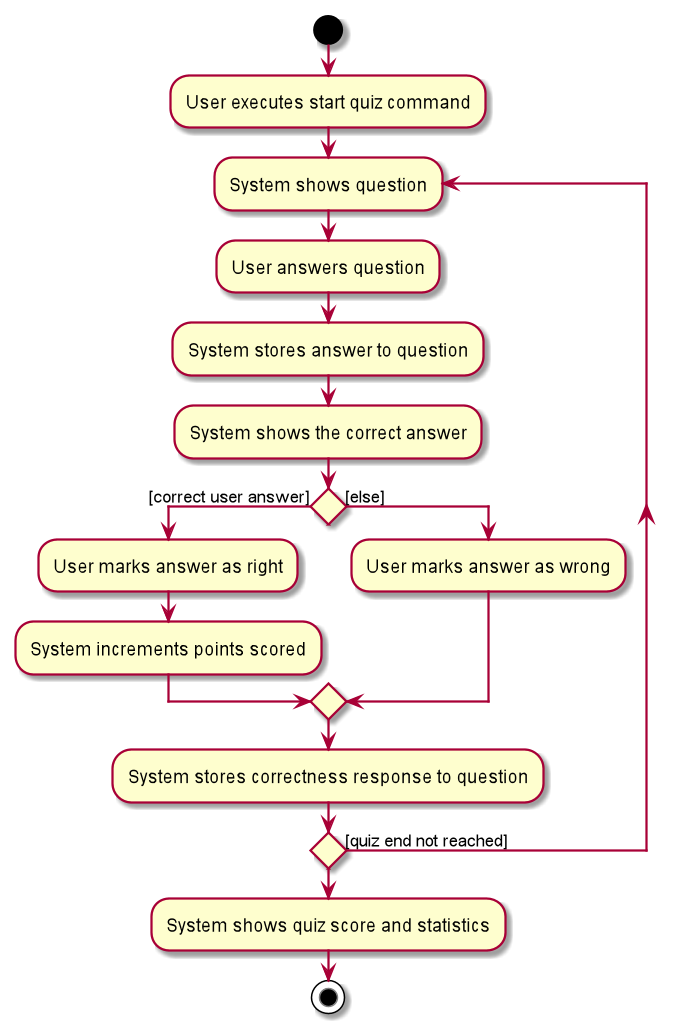
Above: docs/images/QuizStorageActivityDiagram.png in petrickjerico/tp (PlantUML), before the change.
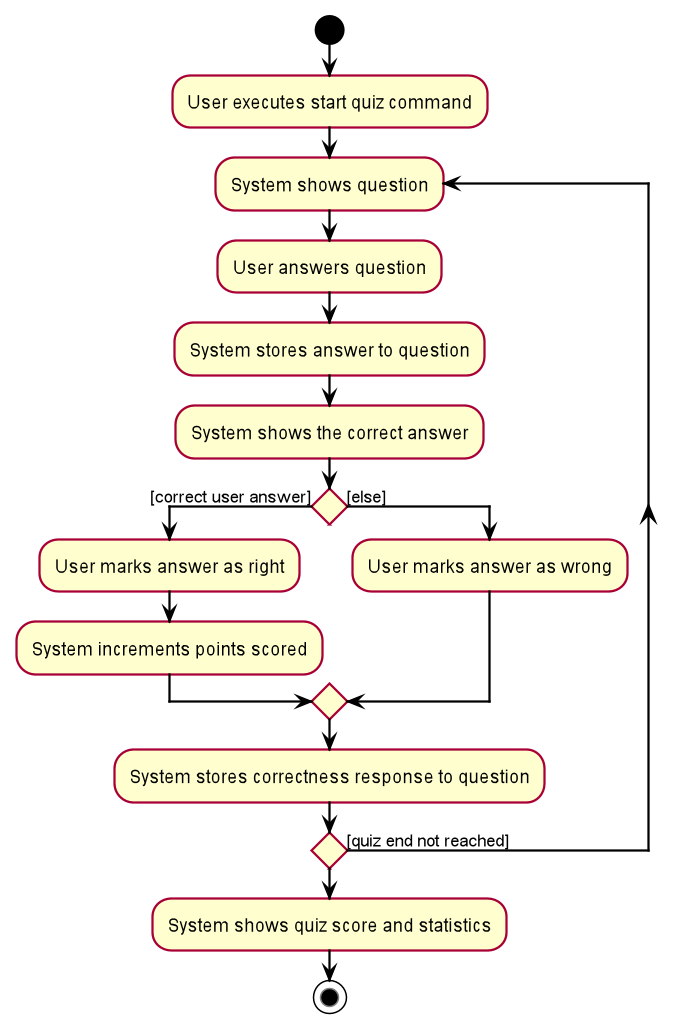
The same file after the commit.

Diff of the diagram source:
```diff
@@ -1,4 +1,10 @@
 @startuml
+!include style.puml
+skinparam arrowThickness 1.1
+skinparam arrowColor USER_COLOR
+skinparam classBackgroundColor USER_COLOR
+skinparam classBorderColor USER_COLOR
+
 start
 :User executes start quiz command;
 
```
